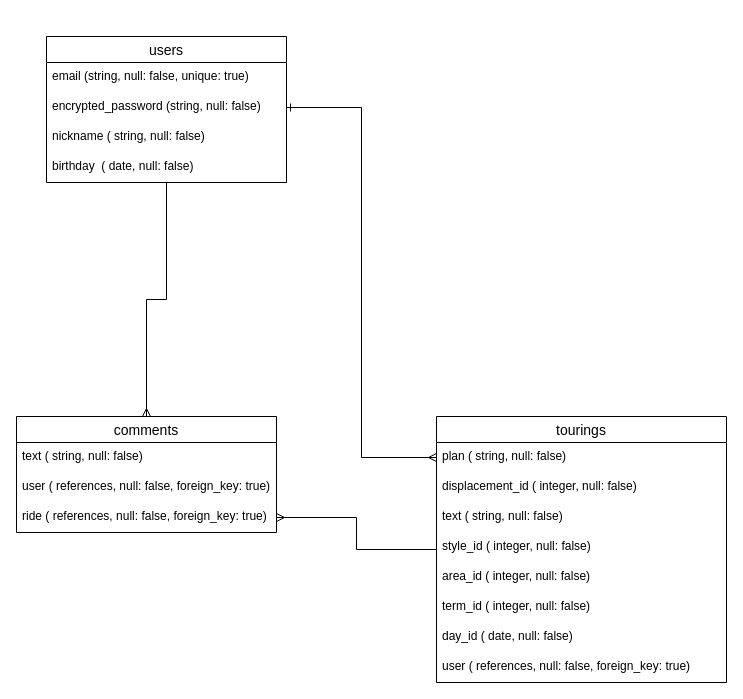
Earlier version of the draw.io diagram tourists-2.dio (yamaryo0250/tourists-2). Source tidied: cells renumbered, new cells numbered last; positions are measured from the earlier drawing's top-left corner, leaving out a move shared by most shapes. Both pictures are drawn from the tidied source at 100%, with x=0, y=0 at pixel (16, 36).
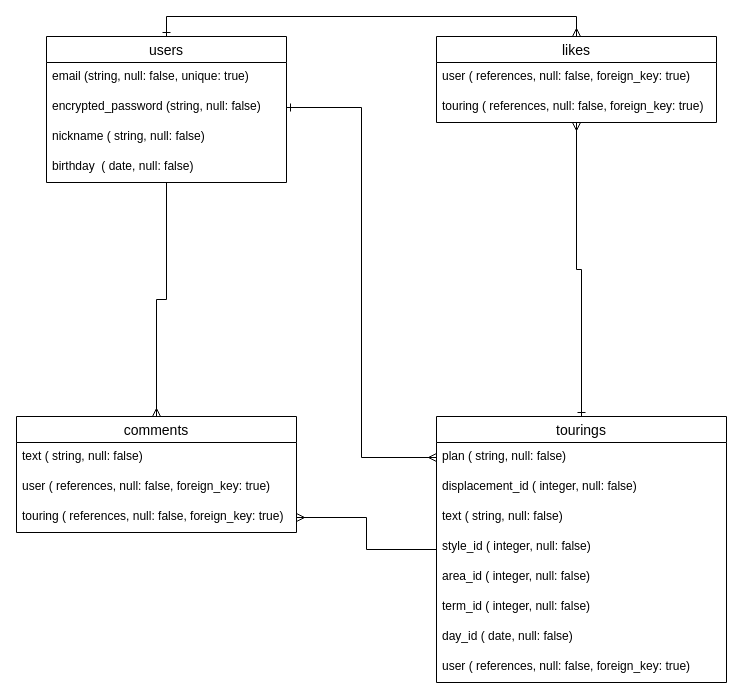
After the change.

Unchanged cells that the change refers to:
```xml
<mxCell id="3" value="users" style="swimlane;fontStyle=0;horizontal=1;startSize=26;align=center;fontSize=14;" parent="1" vertex="1">
  <mxGeometry x="30" width="240" height="146" as="geometry" />
</mxCell>
<mxCell id="9" value="tourings" style="swimlane;fontStyle=0;horizontal=1;startSize=26;align=center;fontSize=14;" parent="1" vertex="1">
  <mxGeometry x="420" y="380" width="290" height="266" as="geometry" />
</mxCell>
```

Diff of the diagram source:
```diff
@@
+    <mxCell id="23" style="edgeStyle=orthogonalEdgeStyle;rounded=0;jettySize=auto;html=1;exitX=0.5;exitY=0;exitDx=0;exitDy=0;entryX=0.5;entryY=0;entryDx=0;entryDy=0;startArrow=ERone;startFill=0;endArrow=ERmany;endFill=0;" parent="1" edge="1" source="3" target="25">
+      <mxGeometry relative="1" as="geometry" />
+    </mxCell>
@@
     <mxCell id="18" value="comments" style="swimlane;fontStyle=0;horizontal=1;startSize=26;align=center;fontSize=14;" parent="1" vertex="1">
-      <mxGeometry y="380" width="260" height="116" as="geometry" />
+      <mxGeometry y="380" width="280" height="116" as="geometry" />
     </mxCell>
     <mxCell id="19" value="text ( string, null: false)" style="text;strokeColor=none;fillColor=none;spacingLeft=4;spacingRight=4;overflow=hidden;fontSize=12;" parent="18" vertex="1">
-      <mxGeometry y="26" width="260" height="30" as="geometry" />
+      <mxGeometry y="26" width="280" height="30" as="geometry" />
     </mxCell>
     <mxCell id="20" value="user ( references, null: false, foreign_key: true)" style="text;strokeColor=none;fillColor=none;spacingLeft=4;spacingRight=4;overflow=hidden;fontSize=12;" parent="18" vertex="1">
-      <mxGeometry y="56" width="260" height="30" as="geometry" />
+      <mxGeometry y="56" width="280" height="30" as="geometry" />
     </mxCell>
-    <mxCell id="21" value="ride ( references, null: false, foreign_key: true)" style="text;strokeColor=none;fillColor=none;spacingLeft=4;spacingRight=4;overflow=hidden;points=[[0,0.5],[1,0.5]];portConstraint=eastwest;fontSize=12;" parent="18" vertex="1">
-      <mxGeometry y="86" width="260" height="30" as="geometry" />
+    <mxCell id="21" value="touring ( references, null: false, foreign_key: true)" style="text;strokeColor=none;fillColor=none;spacingLeft=4;spacingRight=4;overflow=hidden;points=[[0,0.5],[1,0.5]];portConstraint=eastwest;fontSize=12;" parent="18" vertex="1">
+      <mxGeometry y="86" width="280" height="30" as="geometry" />
     </mxCell>
@@
+    <mxCell id="24" style="edgeStyle=orthogonalEdgeStyle;rounded=0;jettySize=auto;html=1;entryX=0.5;entryY=0;entryDx=0;entryDy=0;endArrow=ERone;endFill=0;startArrow=ERmany;startFill=0;" parent="1" edge="1" source="25" target="9">
+      <mxGeometry relative="1" as="geometry" />
+    </mxCell>
+    <mxCell id="25" value="likes" style="swimlane;fontStyle=0;horizontal=1;startSize=26;align=center;fontSize=14;" parent="1" vertex="1">
+      <mxGeometry x="420" width="280" height="86" as="geometry" />
+    </mxCell>
+    <mxCell id="26" value="user ( references, null: false, foreign_key: true)" style="text;strokeColor=none;fillColor=none;spacingLeft=4;spacingRight=4;overflow=hidden;fontSize=12;" parent="25" vertex="1">
+      <mxGeometry y="26" width="280" height="30" as="geometry" />
+    </mxCell>
+    <mxCell id="27" value="touring ( references, null: false, foreign_key: true)" style="text;strokeColor=none;fillColor=none;spacingLeft=4;spacingRight=4;overflow=hidden;fontSize=12;" parent="25" vertex="1">
+      <mxGeometry y="56" width="280" height="30" as="geometry" />
+    </mxCell>
```
